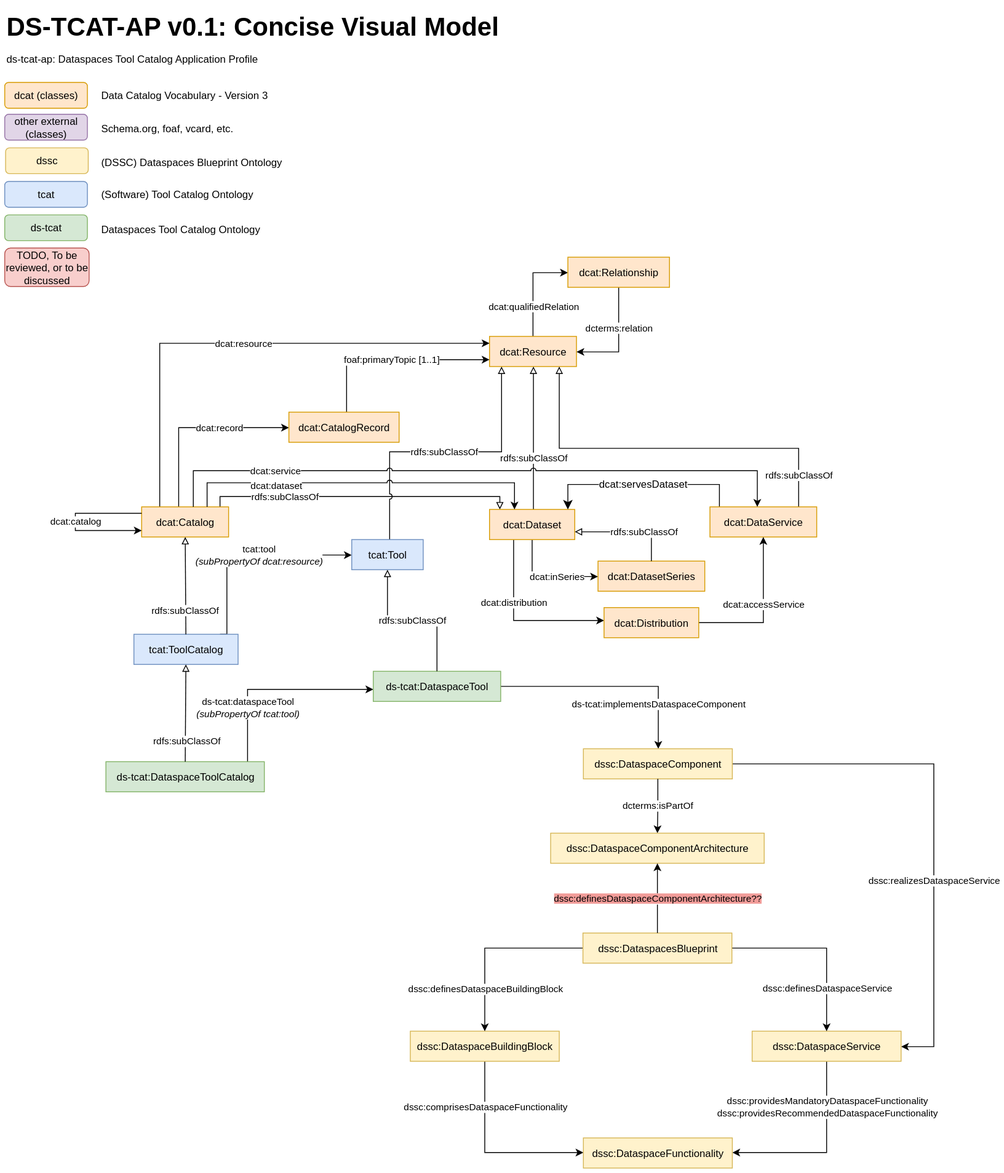
This is editable-visual-models/ds-tcat-ap-concise-visual-model.drawio.svg from Fraunhofer-FIT-DSAI/ds-tcat-ap, a draw.io export, as it was before one commit. Source tidied: cells renumbered, new cells last; positions are measured from the earlier drawing's top-left corner, leaving out a move shared by most shapes.
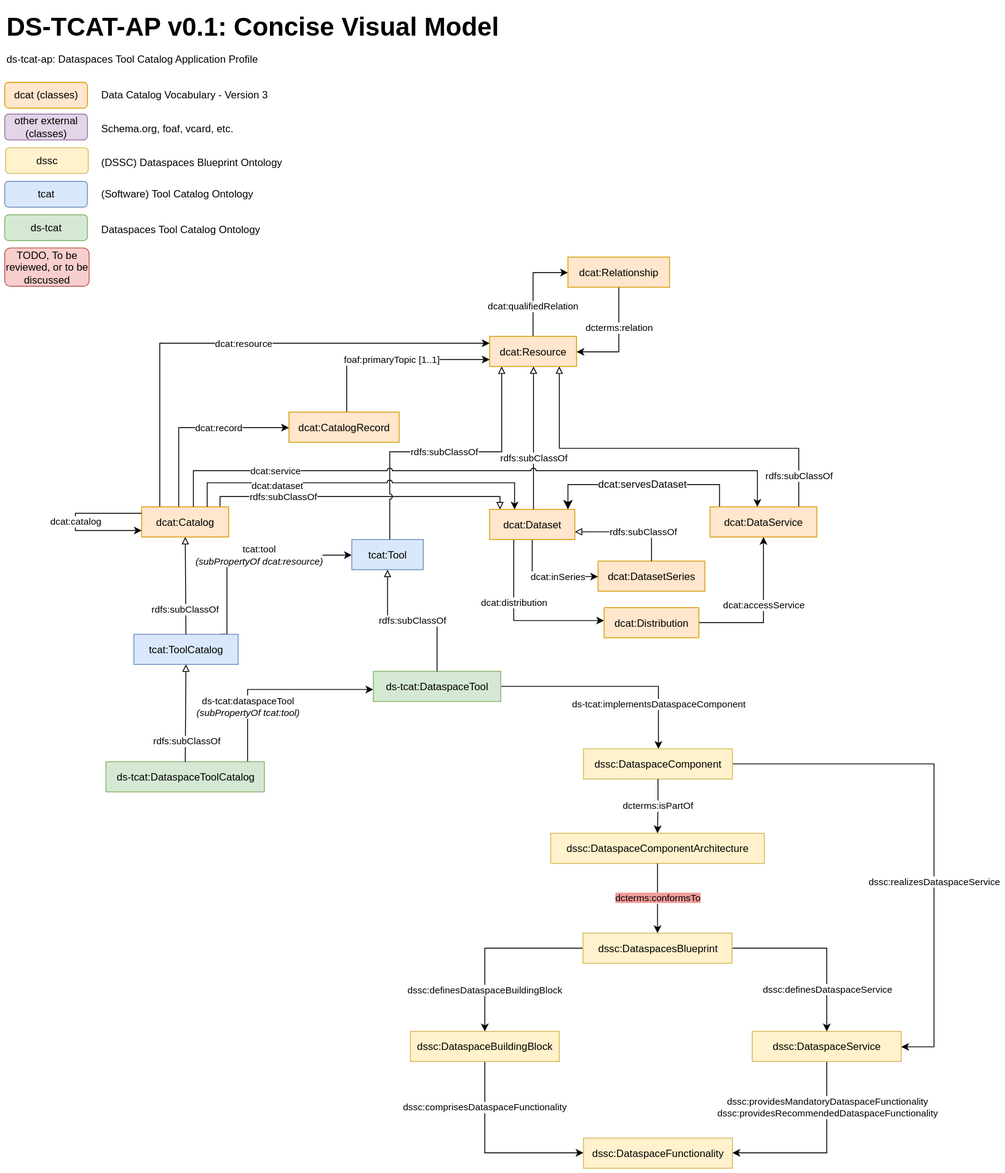
The same diagram one commit later.

The edit, as a diff of the source:
```diff
@@ -283,7 +283,7 @@
     <mxCell id="61" value="dssc:DataspaceComponentArchitecture" style="rounded=0;whiteSpace=wrap;html=1;fillColor=#fff2cc;strokeColor=#d6b656;" parent="1" vertex="1">
       <mxGeometry x="634" y="962" width="248" height="35" as="geometry" />
     </mxCell>
-    <mxCell id="62" value="&lt;span style=&quot;background-color: rgb(241, 156, 153);&quot;&gt;dssc:definesDataspaceComponentArchitecture??&lt;/span&gt;" style="edgeStyle=orthogonalEdgeStyle;rounded=0;jettySize=auto;html=1;" parent="1" edge="1" source="59" target="61">
+    <mxCell id="62" value="&lt;span style=&quot;background-color: rgb(241, 156, 153);&quot;&gt;dcterms:conformsTo&lt;/span&gt;" style="edgeStyle=orthogonalEdgeStyle;rounded=0;jettySize=auto;html=1;" parent="1" edge="1" source="61" target="59">
       <mxGeometry relative="1" as="geometry" />
     </mxCell>
   </root>
```
